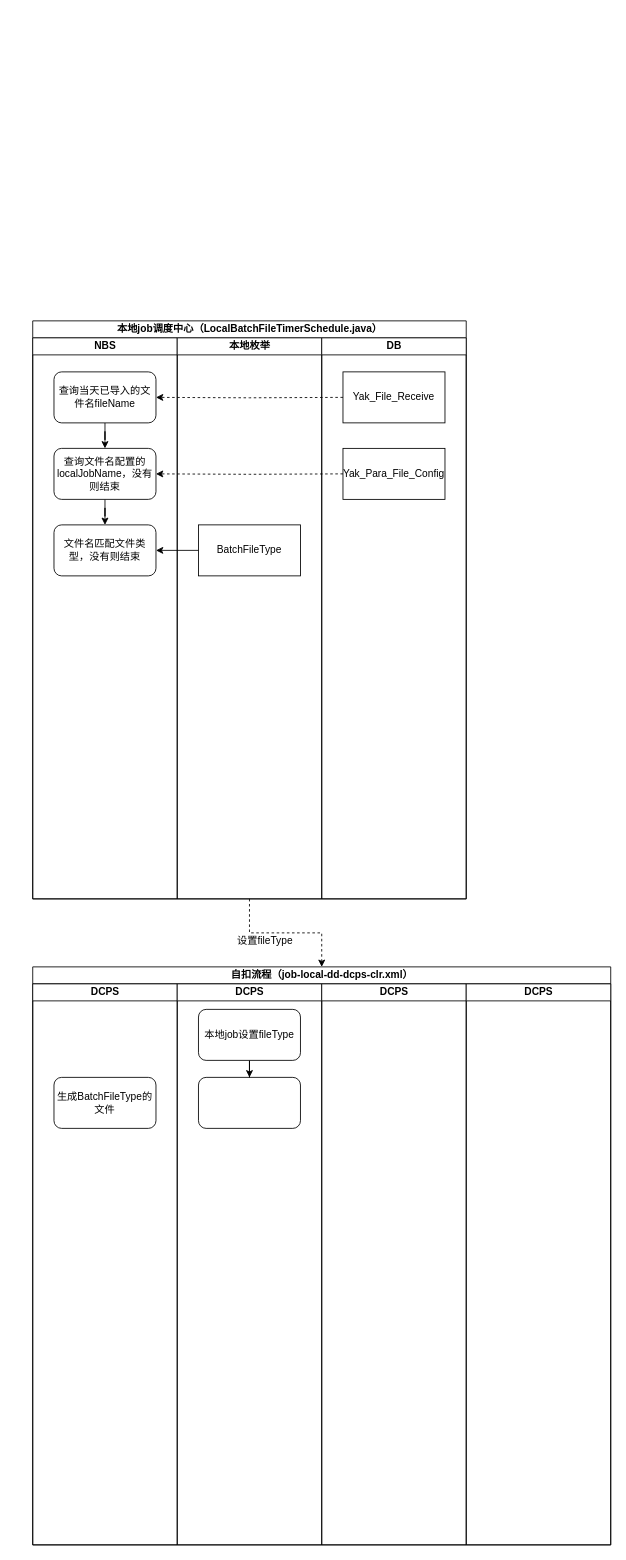
Above: 自扣数据流程图.drawio in staconfree/design (draw.io), before the change. Source tidied: cells renumbered, new cells numbered last; positions are measured from the earlier drawing's top-left corner, leaving out a move shared by most shapes. Both pictures are drawn from the tidied source at 85%, with x=0, y=0 at pixel (32, 320).
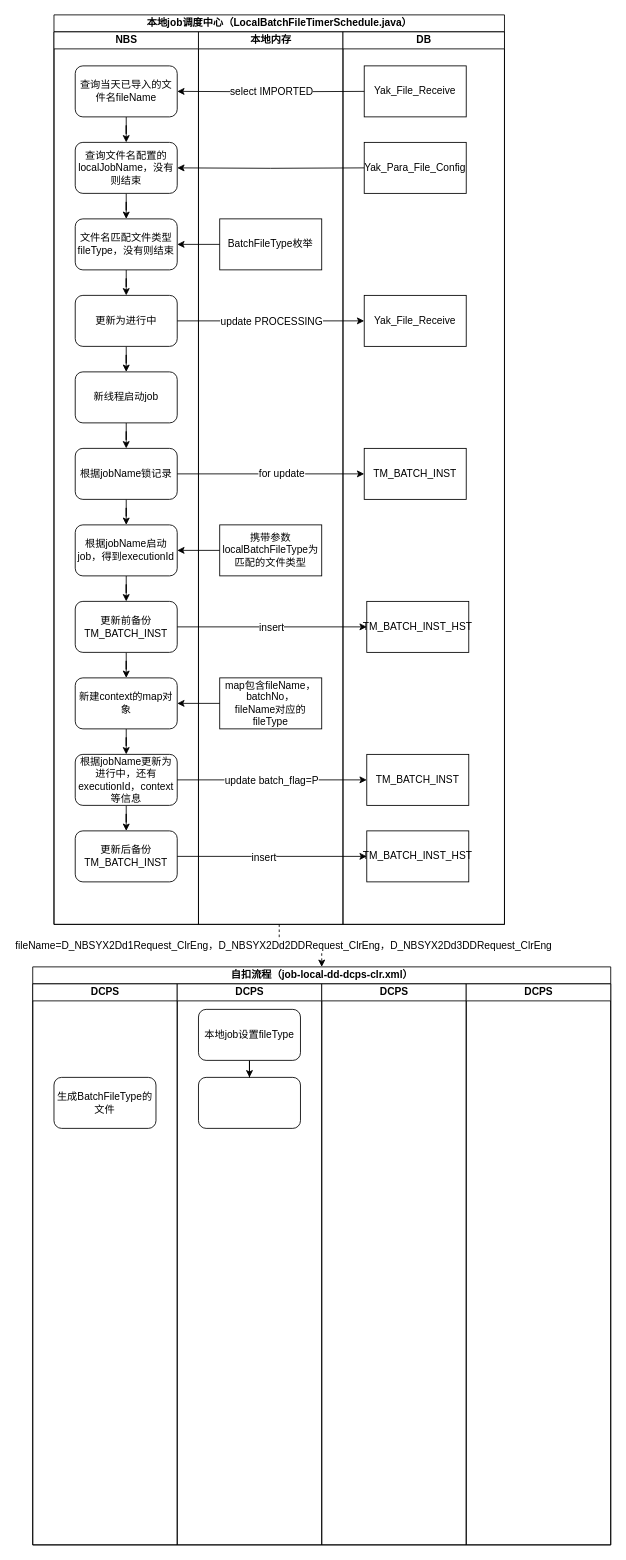
The same diagram, later.

Commit message (it also covers changes not shown here):
更新自扣数据流程图.drawio

The change refers to these unchanged cells:
```xml
<mxCell id="11" style="edgeStyle=orthogonalEdgeStyle;rounded=0;jettySize=auto;html=1;entryX=0.5;entryY=0;entryDx=0;entryDy=0;dashed=1;" parent="1" edge="1" source="13" target="2">
  <mxGeometry relative="1" as="geometry" />
</mxCell>
<mxCell id="16" value="查询当天已导入的文件名fileName" style="rounded=1;whiteSpace=wrap;html=1;" parent="14" vertex="1">
  <mxGeometry x="25" y="40" width="120" height="60" as="geometry" />
</mxCell>
<mxCell id="18" value="查询文件名配置的localJobName，没有则结束" style="rounded=1;whiteSpace=wrap;html=1;" parent="14" vertex="1">
  <mxGeometry x="25" y="130" width="120" height="60" as="geometry" />
</mxCell>
```

Change to the diagram source:
```diff
@@
-    <mxCell id="12" value="设置fileType" style="text;html=1;align=center;verticalAlign=middle;labelBackgroundColor=#ffffff;" parent="11" vertex="1">
-      <mxGeometry x="-0.28" y="2" relative="1" as="geometry">
-        <mxPoint x="-2" y="11" as="offset" />
-      </mxGeometry>
-    </mxCell>
+    <mxCell id="28" value="fileName=D_NBSYX2Dd1Request_ClrEng，D_NBSYX2Dd2DDRequest_ClrEng，D_NBSYX2Dd3DDRequest_ClrEng" style="text;html=1;align=center;verticalAlign=middle;labelBackgroundColor=#ffffff;" parent="11" vertex="1">
+      <mxGeometry x="-0.52" y="4" relative="1" as="geometry" />
+    </mxCell>
     <mxCell id="13" value="本地job调度中心（LocalBatchFileTimerSchedule.java）" style="swimlane;html=1;startSize=20;" parent="1" vertex="1">
-      <mxGeometry width="510" height="680" as="geometry" />
+      <mxGeometry x="25" y="-360" width="530" height="1070" as="geometry" />
     </mxCell>
     <mxCell id="14" value="NBS" style="swimlane;html=1;startSize=20;" parent="13" vertex="1">
-      <mxGeometry y="20" width="170" height="660" as="geometry" />
+      <mxGeometry y="20" width="170" height="1050" as="geometry" />
     </mxCell>
@@
+    <mxCell id="29" style="edgeStyle=orthogonalEdgeStyle;rounded=0;jettySize=auto;html=1;" parent="14" edge="1" source="19" target="31">
+      <mxGeometry relative="1" as="geometry" />
+    </mxCell>
-    <mxCell id="19" value="文件名匹配文件类型，没有则结束" style="rounded=1;whiteSpace=wrap;html=1;" parent="14" vertex="1">
+    <mxCell id="19" value="文件名匹配文件类型fileType，没有则结束" style="rounded=1;whiteSpace=wrap;html=1;" parent="14" vertex="1">
       <mxGeometry x="25" y="220" width="120" height="60" as="geometry" />
     </mxCell>
+    <mxCell id="30" style="edgeStyle=orthogonalEdgeStyle;rounded=0;jettySize=auto;html=1;entryX=0.5;entryY=0;entryDx=0;entryDy=0;" parent="14" edge="1" source="31" target="33">
+      <mxGeometry relative="1" as="geometry" />
+    </mxCell>
+    <mxCell id="31" value="更新为进行中" style="rounded=1;whiteSpace=wrap;html=1;" parent="14" vertex="1">
+      <mxGeometry x="25" y="310" width="120" height="60" as="geometry" />
+    </mxCell>
+    <mxCell id="32" style="edgeStyle=orthogonalEdgeStyle;rounded=0;jettySize=auto;html=1;" parent="14" edge="1" source="33" target="35">
+      <mxGeometry relative="1" as="geometry" />
+    </mxCell>
+    <mxCell id="33" value="新线程启动job" style="rounded=1;whiteSpace=wrap;html=1;" parent="14" vertex="1">
+      <mxGeometry x="25" y="400" width="120" height="60" as="geometry" />
+    </mxCell>
+    <mxCell id="34" style="edgeStyle=orthogonalEdgeStyle;rounded=0;jettySize=auto;html=1;" parent="14" edge="1" source="35" target="37">
+      <mxGeometry relative="1" as="geometry" />
+    </mxCell>
+    <mxCell id="35" value="根据jobName锁记录" style="rounded=1;whiteSpace=wrap;html=1;" parent="14" vertex="1">
+      <mxGeometry x="25" y="490" width="120" height="60" as="geometry" />
+    </mxCell>
+    <mxCell id="36" style="edgeStyle=orthogonalEdgeStyle;rounded=0;jettySize=auto;html=1;" parent="14" edge="1" source="37" target="39">
+      <mxGeometry relative="1" as="geometry" />
+    </mxCell>
+    <mxCell id="37" value="根据jobName启动job，得到executionId" style="rounded=1;whiteSpace=wrap;html=1;" parent="14" vertex="1">
+      <mxGeometry x="25" y="580" width="120" height="60" as="geometry" />
+    </mxCell>
+    <mxCell id="38" style="edgeStyle=orthogonalEdgeStyle;rounded=0;jettySize=auto;html=1;entryX=0.5;entryY=0;entryDx=0;entryDy=0;" parent="14" edge="1" source="39" target="43">
+      <mxGeometry relative="1" as="geometry" />
+    </mxCell>
+    <mxCell id="39" value="更新前备份TM_BATCH_INST" style="rounded=1;whiteSpace=wrap;html=1;" parent="14" vertex="1">
+      <mxGeometry x="25" y="670" width="120" height="60" as="geometry" />
+    </mxCell>
+    <mxCell id="40" style="edgeStyle=orthogonalEdgeStyle;rounded=0;jettySize=auto;html=1;" parent="14" edge="1" source="41" target="44">
+      <mxGeometry relative="1" as="geometry" />
+    </mxCell>
+    <mxCell id="41" value="根据jobName更新为进行中，还有executionId，context等信息" style="rounded=1;whiteSpace=wrap;html=1;" parent="14" vertex="1">
+      <mxGeometry x="25" y="850" width="120" height="60" as="geometry" />
+    </mxCell>
+    <mxCell id="42" style="edgeStyle=orthogonalEdgeStyle;rounded=0;jettySize=auto;html=1;" parent="14" edge="1" source="43" target="41">
+      <mxGeometry relative="1" as="geometry" />
+    </mxCell>
+    <mxCell id="43" value="新建context的map对象" style="rounded=1;whiteSpace=wrap;html=1;" parent="14" vertex="1">
+      <mxGeometry x="25" y="760" width="120" height="60" as="geometry" />
+    </mxCell>
+    <mxCell id="44" value="更新后备份TM_BATCH_INST" style="rounded=1;whiteSpace=wrap;html=1;" parent="14" vertex="1">
+      <mxGeometry x="25" y="940" width="120" height="60" as="geometry" />
+    </mxCell>
+    <mxCell id="45" style="edgeStyle=orthogonalEdgeStyle;rounded=0;jettySize=auto;html=1;entryX=0;entryY=0.5;entryDx=0;entryDy=0;" parent="13" edge="1" source="41" target="52">
+      <mxGeometry relative="1" as="geometry" />
+    </mxCell>
+    <mxCell id="46" value="update batch_flag=P" style="text;html=1;align=center;verticalAlign=middle;labelBackgroundColor=#ffffff;" parent="45" vertex="1">
+      <mxGeometry x="-0.13" y="1" relative="1" as="geometry">
+        <mxPoint x="13" y="1" as="offset" />
+      </mxGeometry>
+    </mxCell>
-    <mxCell id="20" value="本地枚举" style="swimlane;html=1;startSize=20;" parent="13" vertex="1">
-      <mxGeometry x="170" y="20" width="170" height="660" as="geometry" />
+    <mxCell id="20" value="本地内存" style="swimlane;html=1;startSize=20;" parent="13" vertex="1">
+      <mxGeometry x="170" y="20" width="170" height="1050" as="geometry" />
     </mxCell>
-    <mxCell id="21" value="BatchFileType" style="rounded=0;whiteSpace=wrap;html=1;" parent="20" vertex="1">
+    <mxCell id="21" value="BatchFileType枚举" style="rounded=0;whiteSpace=wrap;html=1;" parent="20" vertex="1">
       <mxGeometry x="25" y="220" width="120" height="60" as="geometry" />
     </mxCell>
+    <mxCell id="47" value="携带参数localBatchFileType为匹配的文件类型" style="rounded=0;whiteSpace=wrap;html=1;" parent="20" vertex="1">
+      <mxGeometry x="25" y="580" width="120" height="60" as="geometry" />
+    </mxCell>
+    <mxCell id="48" value="&lt;div&gt;map包含fileName，batchNo，&lt;/div&gt;&lt;div&gt;fileName对应的fileType&lt;/div&gt;" style="rounded=0;whiteSpace=wrap;html=1;" parent="20" vertex="1">
+      <mxGeometry x="25" y="760" width="120" height="60" as="geometry" />
+    </mxCell>
     <mxCell id="22" value="DB" style="swimlane;html=1;startSize=20;" parent="13" vertex="1">
-      <mxGeometry x="340" y="20" width="170" height="660" as="geometry" />
+      <mxGeometry x="340" y="20" width="190" height="1050" as="geometry" />
     </mxCell>
@@
+    <mxCell id="49" value="Yak_File_Receive" style="rounded=0;whiteSpace=wrap;html=1;" parent="22" vertex="1">
+      <mxGeometry x="25" y="310" width="120" height="60" as="geometry" />
+    </mxCell>
+    <mxCell id="50" value="TM_BATCH_INST" style="rounded=0;whiteSpace=wrap;html=1;" parent="22" vertex="1">
+      <mxGeometry x="25" y="490" width="120" height="60" as="geometry" />
+    </mxCell>
+    <mxCell id="51" value="TM_BATCH_INST_HST" style="rounded=0;whiteSpace=wrap;html=1;" parent="22" vertex="1">
+      <mxGeometry x="28" y="670" width="120" height="60" as="geometry" />
+    </mxCell>
+    <mxCell id="52" value="TM_BATCH_INST" style="rounded=0;whiteSpace=wrap;html=1;" parent="22" vertex="1">
+      <mxGeometry x="28" y="850" width="120" height="60" as="geometry" />
+    </mxCell>
+    <mxCell id="53" value="TM_BATCH_INST_HST" style="rounded=0;whiteSpace=wrap;html=1;" parent="22" vertex="1">
+      <mxGeometry x="28" y="940" width="120" height="60" as="geometry" />
+    </mxCell>
-    <mxCell id="25" style="edgeStyle=orthogonalEdgeStyle;rounded=0;jettySize=auto;html=1;entryX=1;entryY=0.5;entryDx=0;entryDy=0;dashed=1;exitX=0;exitY=0.5;exitDx=0;exitDy=0;" parent="13" edge="1" target="16">
+    <mxCell id="25" style="edgeStyle=orthogonalEdgeStyle;rounded=0;jettySize=auto;html=1;entryX=1;entryY=0.5;entryDx=0;entryDy=0;exitX=0;exitY=0.5;exitDx=0;exitDy=0;" parent="13" edge="1" target="16">
       <mxGeometry relative="1" as="geometry">
         <mxPoint x="365" y="90" as="sourcePoint" />
       </mxGeometry>
     </mxCell>
+    <mxCell id="54" value="select IMPORTED" style="text;html=1;align=center;verticalAlign=middle;labelBackgroundColor=#ffffff;" parent="25" vertex="1">
+      <mxGeometry x="0.15" y="2" relative="1" as="geometry">
+        <mxPoint x="17" y="-2" as="offset" />
+      </mxGeometry>
+    </mxCell>
-    <mxCell id="26" style="edgeStyle=orthogonalEdgeStyle;rounded=0;jettySize=auto;html=1;entryX=1;entryY=0.5;entryDx=0;entryDy=0;dashed=1;exitX=0;exitY=0.5;exitDx=0;exitDy=0;" parent="13" edge="1" target="18">
+    <mxCell id="26" style="edgeStyle=orthogonalEdgeStyle;rounded=0;jettySize=auto;html=1;entryX=1;entryY=0.5;entryDx=0;entryDy=0;exitX=0;exitY=0.5;exitDx=0;exitDy=0;" parent="13" edge="1" target="18">
       <mxGeometry relative="1" as="geometry">
         <mxPoint x="365" y="180" as="sourcePoint" />
       </mxGeometry>
     </mxCell>
@@
+    <mxCell id="55" style="edgeStyle=orthogonalEdgeStyle;rounded=0;jettySize=auto;html=1;entryX=0;entryY=0.5;entryDx=0;entryDy=0;" parent="13" edge="1" source="31" target="49">
+      <mxGeometry relative="1" as="geometry" />
+    </mxCell>
+    <mxCell id="56" value="update PROCESSING" style="text;html=1;align=center;verticalAlign=middle;labelBackgroundColor=#ffffff;" parent="55" vertex="1">
+      <mxGeometry x="-0.16" y="-3" relative="1" as="geometry">
+        <mxPoint x="18" y="-3" as="offset" />
+      </mxGeometry>
+    </mxCell>
+    <mxCell id="57" style="edgeStyle=orthogonalEdgeStyle;rounded=0;jettySize=auto;html=1;" parent="13" edge="1" source="35" target="50">
+      <mxGeometry relative="1" as="geometry" />
+    </mxCell>
+    <mxCell id="58" value="for update" style="text;html=1;align=center;verticalAlign=middle;labelBackgroundColor=#ffffff;" parent="57" vertex="1">
+      <mxGeometry x="0.11" y="1" relative="1" as="geometry" />
+    </mxCell>
+    <mxCell id="59" style="edgeStyle=orthogonalEdgeStyle;rounded=0;jettySize=auto;html=1;" parent="13" edge="1" source="39" target="51">
+      <mxGeometry relative="1" as="geometry" />
+    </mxCell>
+    <mxCell id="60" value="insert" style="text;html=1;align=center;verticalAlign=middle;labelBackgroundColor=#ffffff;" parent="59" vertex="1">
+      <mxGeometry x="-0.14" y="-2" relative="1" as="geometry">
+        <mxPoint x="14" y="-2" as="offset" />
+      </mxGeometry>
+    </mxCell>
+    <mxCell id="61" style="edgeStyle=orthogonalEdgeStyle;rounded=0;jettySize=auto;html=1;entryX=1;entryY=0.5;entryDx=0;entryDy=0;" parent="13" edge="1" source="47" target="37">
+      <mxGeometry relative="1" as="geometry" />
+    </mxCell>
+    <mxCell id="62" style="edgeStyle=orthogonalEdgeStyle;rounded=0;jettySize=auto;html=1;" parent="13" edge="1" source="48" target="43">
+      <mxGeometry relative="1" as="geometry" />
+    </mxCell>
+    <mxCell id="63" style="edgeStyle=orthogonalEdgeStyle;rounded=0;jettySize=auto;html=1;" parent="13" edge="1" source="44" target="53">
+      <mxGeometry relative="1" as="geometry" />
+    </mxCell>
+    <mxCell id="64" value="insert" style="text;html=1;align=center;verticalAlign=middle;labelBackgroundColor=#ffffff;" parent="63" vertex="1">
+      <mxGeometry x="-0.09" y="-1" relative="1" as="geometry" />
+    </mxCell>
```
